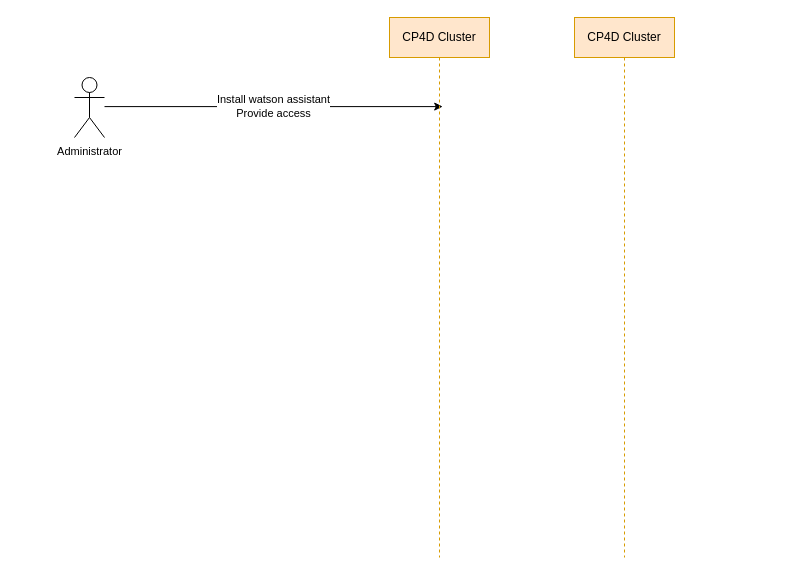
Above: wasst.drawio in kanchantewary/CloudPakForData (draw.io), before the change. Source tidied: cells renumbered, new cells numbered last; positions are measured from the earlier drawing's top-left corner, leaving out a move shared by most shapes. Both pictures are drawn from the tidied source at 100%, with x=0, y=0 at pixel (74, 17). Pictures stored in the file or linked from it are replaced by grey dashed boxes.
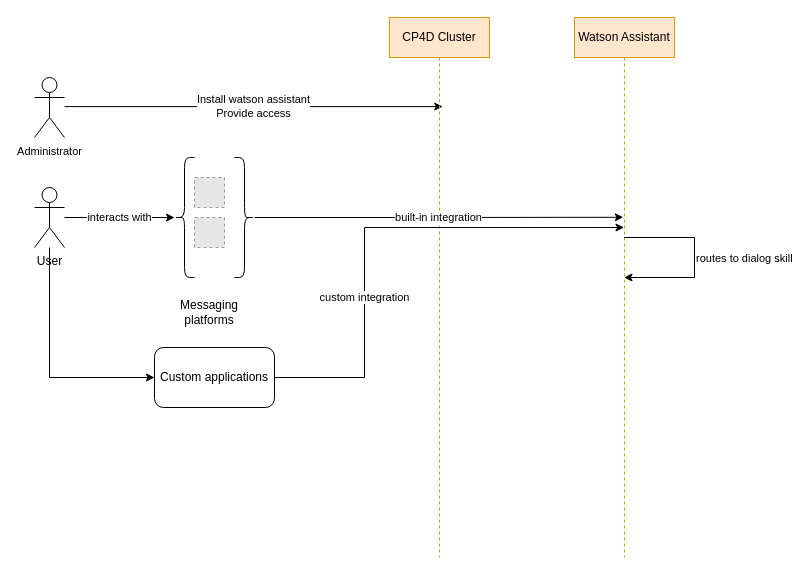
Above is the later version.

The edit, as a diff of the source:
```diff
@@
     <mxCell id="3" value="&lt;font style=&quot;font-size: 11px&quot;&gt;Administrator&lt;/font&gt;" style="shape=umlActor;verticalLabelPosition=bottom;verticalAlign=top;html=1;outlineConnect=0;" parent="1" vertex="1">
-      <mxGeometry y="60" width="30" height="60" as="geometry" />
+      <mxGeometry x="-40" y="60" width="30" height="60" as="geometry" />
     </mxCell>
@@
-    <mxCell id="5" value="CP4D Cluster" style="shape=umlLifeline;perimeter=lifelinePerimeter;whiteSpace=wrap;html=1;outlineConnect=0;fillColor=#ffe6cc;strokeColor=#d79b00;" parent="1" vertex="1">
+    <mxCell id="5" value="Watson Assistant" style="shape=umlLifeline;perimeter=lifelinePerimeter;whiteSpace=wrap;html=1;outlineConnect=0;fillColor=#ffe6cc;strokeColor=#d79b00;" parent="1" vertex="1">
       <mxGeometry x="500" width="100" height="540" as="geometry" />
     </mxCell>
+    <mxCell id="6" value="interacts with" style="edgeStyle=orthogonalEdgeStyle;rounded=0;jettySize=auto;html=1;" parent="1" edge="1" source="8" target="11">
+      <mxGeometry relative="1" as="geometry" />
+    </mxCell>
+    <mxCell id="7" style="edgeStyle=orthogonalEdgeStyle;rounded=0;jettySize=auto;html=1;entryX=0;entryY=0.5;entryDx=0;entryDy=0;" parent="1" edge="1" source="8" target="16">
+      <mxGeometry relative="1" as="geometry">
+        <Array as="points">
+          <mxPoint x="-25" y="360" />
+        </Array>
+      </mxGeometry>
+    </mxCell>
+    <mxCell id="8" value="User" style="shape=umlActor;verticalLabelPosition=bottom;verticalAlign=top;html=1;outlineConnect=0;" parent="1" vertex="1">
+      <mxGeometry x="-40" y="170" width="30" height="60" as="geometry" />
+    </mxCell>
+    <mxCell id="9" style="fillColor=#E6E6E6;strokeColor=#999999;dashed=1;html=1;verticalAlign=top;verticalLabelPosition=bottom;labelBackgroundColor=#ffffff;" parent="1" vertex="1">
+      <mxGeometry x="120" y="160" width="30" height="30" as="geometry" />
+    </mxCell>
+    <mxCell id="10" style="fillColor=#E6E6E6;strokeColor=#999999;dashed=1;html=1;verticalAlign=top;verticalLabelPosition=bottom;labelBackgroundColor=#ffffff;" parent="1" vertex="1">
+      <mxGeometry x="120" y="200" width="30" height="30" as="geometry" />
+    </mxCell>
+    <mxCell id="11" style="shape=curlyBracket;whiteSpace=wrap;html=1;rounded=1;" parent="1" vertex="1">
+      <mxGeometry x="100" y="140" width="20" height="120" as="geometry" />
+    </mxCell>
+    <mxCell id="12" value="Messaging platforms" style="text;html=1;strokeColor=none;fillColor=none;align=center;verticalAlign=middle;whiteSpace=wrap;rounded=0;" parent="1" vertex="1">
+      <mxGeometry x="100" y="280" width="70" height="30" as="geometry" />
+    </mxCell>
+    <mxCell id="13" value="built-in integration" style="edgeStyle=orthogonalEdgeStyle;rounded=0;jettySize=auto;html=1;entryX=0.488;entryY=0.37;entryDx=0;entryDy=0;entryPerimeter=0;" parent="1" edge="1" source="14" target="5">
+      <mxGeometry relative="1" as="geometry" />
+    </mxCell>
+    <mxCell id="14" style="shape=curlyBracket;whiteSpace=wrap;html=1;rounded=1;direction=west;" parent="1" vertex="1">
+      <mxGeometry x="160" y="140" width="20" height="120" as="geometry" />
+    </mxCell>
+    <mxCell id="15" value="custom integration" style="edgeStyle=orthogonalEdgeStyle;rounded=0;jettySize=auto;html=1;" parent="1" edge="1" source="16" target="5">
+      <mxGeometry x="-0.32" relative="1" as="geometry">
+        <Array as="points">
+          <mxPoint x="290" y="360" />
+          <mxPoint x="290" y="210" />
+        </Array>
+      </mxGeometry>
+    </mxCell>
+    <mxCell id="16" value="Custom applications" style="rounded=1;whiteSpace=wrap;html=1;" parent="1" vertex="1">
+      <mxGeometry x="80" y="330" width="120" height="60" as="geometry" />
+    </mxCell>
+    <mxCell id="17" value="routes to dialog skill" style="edgeStyle=orthogonalEdgeStyle;rounded=0;orthogonalLoop=1;jettySize=auto;html=1;align=left;" parent="1" edge="1" source="5" target="5">
+      <mxGeometry relative="1" as="geometry">
+        <Array as="points">
+          <mxPoint x="620" y="220" />
+          <mxPoint x="590" y="260" />
+        </Array>
+      </mxGeometry>
+    </mxCell>
```
